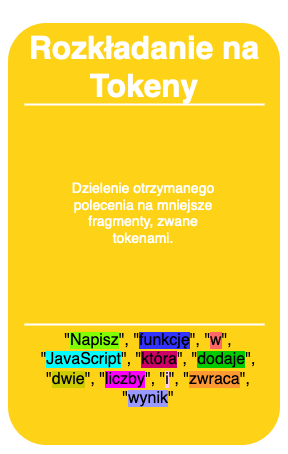
This is follow-ups/ai-assisted-coding/img/etap1.png from girlsjs/kurs, a draw.io export, as it was before one commit. Source tidied: cells renumbered, new cells last; positions are measured from the earlier drawing's top-left corner, leaving out a move shared by most shapes. Source of this version:
```xml
<mxGraphModel>
  <root>
    <mxCell id="0" />
    <mxCell id="1" parent="0" />
    <mxCell id="2" style="whiteSpace=wrap;html=1;rounded=1;shadow=0;strokeWidth=8;fontSize=20;align=center;fillColor=#FED217;strokeColor=#FFFFFF;" parent="1" vertex="1">
      <mxGeometry width="280" height="430" as="geometry" />
    </mxCell>
    <mxCell id="3" value="&lt;h3&gt;&lt;strong&gt;Rozkładanie na Tokeny&lt;/strong&gt;&lt;/h3&gt;" style="text;html=1;strokeColor=none;fillColor=none;align=center;verticalAlign=middle;whiteSpace=wrap;rounded=0;shadow=0;fontSize=27;fontColor=#FFFFFF;fontStyle=1;" parent="1" vertex="1">
      <mxGeometry y="20" width="280" height="60" as="geometry" />
    </mxCell>
    <mxCell id="4" style="line;strokeWidth=2;html=1;rounded=0;shadow=0;fontSize=27;align=center;fillColor=none;strokeColor=#FFFFFF;" parent="1" vertex="1">
      <mxGeometry x="20" y="80" width="240" height="10" as="geometry" />
    </mxCell>
    <mxCell id="5" style="line;strokeWidth=2;html=1;rounded=0;shadow=0;fontSize=27;align=center;fillColor=none;strokeColor=#FFFFFF;" parent="1" vertex="1">
      <mxGeometry x="20" y="300" width="240" height="10" as="geometry" />
    </mxCell>
    <mxCell id="6" value="&lt;font style=&quot;font-size: 16px;&quot;&gt;&quot;&lt;span style=&quot;background-color: rgb(128, 255, 0);&quot;&gt;Napisz&lt;/span&gt;&quot;, &quot;&lt;span style=&quot;background-color: rgb(51, 51, 255);&quot;&gt;funkcję&lt;/span&gt;&quot;, &quot;&lt;span style=&quot;background-color: rgb(255, 102, 102);&quot;&gt;w&lt;/span&gt;&quot;, &quot;&lt;span style=&quot;background-color: rgb(0, 255, 255);&quot;&gt;JavaScript&lt;/span&gt;&quot;, &quot;&lt;span style=&quot;background-color: rgb(204, 0, 102);&quot;&gt;która&lt;/span&gt;&quot;, &quot;&lt;span style=&quot;background-color: rgb(0, 204, 0);&quot;&gt;dodaje&lt;/span&gt;&quot;, &quot;&lt;span style=&quot;background-color: rgb(204, 204, 0);&quot;&gt;dwie&lt;/span&gt;&quot;, &quot;&lt;span style=&quot;background-color: rgb(255, 0, 255);&quot;&gt;liczby&lt;/span&gt;&quot;, &quot;&lt;span style=&quot;background-color: rgb(255, 204, 230);&quot;&gt;i&lt;/span&gt;&quot;, &quot;&lt;span style=&quot;background-color: rgb(255, 153, 51);&quot;&gt;zwraca&lt;/span&gt;&quot;, &quot;&lt;span style=&quot;background-color: rgb(153, 153, 255);&quot;&gt;wynik&lt;/span&gt;&quot;&lt;/font&gt;" style="text;strokeColor=none;align=center;fillColor=none;html=1;verticalAlign=middle;whiteSpace=wrap;rounded=0;" parent="1" vertex="1">
      <mxGeometry x="14" y="305" width="260" height="90" as="geometry" />
    </mxCell>
    <mxCell id="7" value="&lt;font style=&quot;font-size: 14px;&quot; color=&quot;#ffffff&quot;&gt;Dzielenie otrzymanego polecenia na mniejsze fragmenty, zwane tokenami.&lt;/font&gt;" style="text;strokeColor=none;align=center;fillColor=none;html=1;verticalAlign=middle;whiteSpace=wrap;rounded=0;" parent="1" vertex="1">
      <mxGeometry x="64" y="95" width="150" height="200" as="geometry" />
    </mxCell>
  </root>
</mxGraphModel>
```
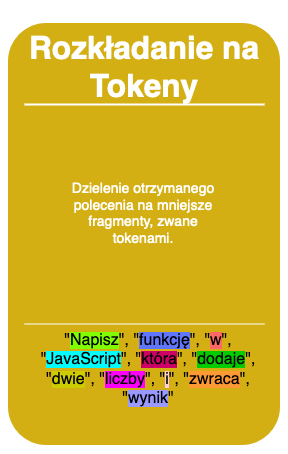
Above is the later version.

What changed in the source:
```diff
@@ -2,22 +2,22 @@
   <root>
     <mxCell id="0" />
     <mxCell id="1" parent="0" />
-    <mxCell id="2" style="whiteSpace=wrap;html=1;rounded=1;shadow=0;strokeWidth=8;fontSize=20;align=center;fillColor=#FED217;strokeColor=#FFFFFF;" parent="1" vertex="1">
+    <mxCell id="2" style="whiteSpace=wrap;html=1;rounded=1;shadow=0;strokeWidth=8;fontSize=20;align=center;fillColor=#D4Af14;strokeColor=#FFFFFF;" parent="1" vertex="1">
       <mxGeometry width="280" height="430" as="geometry" />
     </mxCell>
     <mxCell id="3" value="&lt;h3&gt;&lt;strong&gt;Rozkładanie na Tokeny&lt;/strong&gt;&lt;/h3&gt;" style="text;html=1;strokeColor=none;fillColor=none;align=center;verticalAlign=middle;whiteSpace=wrap;rounded=0;shadow=0;fontSize=27;fontColor=#FFFFFF;fontStyle=1;" parent="1" vertex="1">
       <mxGeometry y="20" width="280" height="60" as="geometry" />
     </mxCell>
-    <mxCell id="4" style="line;strokeWidth=2;html=1;rounded=0;shadow=0;fontSize=27;align=center;fillColor=none;strokeColor=#FFFFFF;" parent="1" vertex="1">
+    <mxCell id="4" style="line;strokeWidth=2;html=1;rounded=0;shadow=0;fontSize=27;align=center;fillColor=#FFCC00;strokeColor=#FFFFFF;" parent="1" vertex="1">
       <mxGeometry x="20" y="80" width="240" height="10" as="geometry" />
     </mxCell>
-    <mxCell id="5" style="line;strokeWidth=2;html=1;rounded=0;shadow=0;fontSize=27;align=center;fillColor=none;strokeColor=#FFFFFF;" parent="1" vertex="1">
+    <mxCell id="5" style="line;strokeWidth=2;html=1;rounded=0;shadow=0;fontSize=27;align=center;fillColor=#FFCC00;strokeColor=#FFFFFF;" parent="1" vertex="1">
       <mxGeometry x="20" y="300" width="240" height="10" as="geometry" />
     </mxCell>
-    <mxCell id="6" value="&lt;font style=&quot;font-size: 16px;&quot;&gt;&quot;&lt;span style=&quot;background-color: rgb(128, 255, 0);&quot;&gt;Napisz&lt;/span&gt;&quot;, &quot;&lt;span style=&quot;background-color: rgb(51, 51, 255);&quot;&gt;funkcję&lt;/span&gt;&quot;, &quot;&lt;span style=&quot;background-color: rgb(255, 102, 102);&quot;&gt;w&lt;/span&gt;&quot;, &quot;&lt;span style=&quot;background-color: rgb(0, 255, 255);&quot;&gt;JavaScript&lt;/span&gt;&quot;, &quot;&lt;span style=&quot;background-color: rgb(204, 0, 102);&quot;&gt;która&lt;/span&gt;&quot;, &quot;&lt;span style=&quot;background-color: rgb(0, 204, 0);&quot;&gt;dodaje&lt;/span&gt;&quot;, &quot;&lt;span style=&quot;background-color: rgb(204, 204, 0);&quot;&gt;dwie&lt;/span&gt;&quot;, &quot;&lt;span style=&quot;background-color: rgb(255, 0, 255);&quot;&gt;liczby&lt;/span&gt;&quot;, &quot;&lt;span style=&quot;background-color: rgb(255, 204, 230);&quot;&gt;i&lt;/span&gt;&quot;, &quot;&lt;span style=&quot;background-color: rgb(255, 153, 51);&quot;&gt;zwraca&lt;/span&gt;&quot;, &quot;&lt;span style=&quot;background-color: rgb(153, 153, 255);&quot;&gt;wynik&lt;/span&gt;&quot;&lt;/font&gt;" style="text;strokeColor=none;align=center;fillColor=none;html=1;verticalAlign=middle;whiteSpace=wrap;rounded=0;" parent="1" vertex="1">
+    <mxCell id="6" value="&lt;font style=&quot;font-size: 16px;&quot;&gt;&quot;&lt;span style=&quot;background-color: rgb(128, 255, 0);&quot;&gt;Napisz&lt;/span&gt;&quot;, &quot;&lt;span style=&quot;background-color: rgb(97, 118, 255);&quot;&gt;funkcję&lt;/span&gt;&quot;, &quot;&lt;span style=&quot;background-color: rgb(255, 102, 102);&quot;&gt;w&lt;/span&gt;&quot;, &quot;&lt;span style=&quot;background-color: rgb(0, 255, 255);&quot;&gt;JavaScript&lt;/span&gt;&quot;, &quot;&lt;span style=&quot;background-color: rgb(204, 0, 102);&quot;&gt;która&lt;/span&gt;&quot;, &quot;&lt;span style=&quot;background-color: rgb(0, 204, 0);&quot;&gt;dodaje&lt;/span&gt;&quot;, &quot;&lt;span style=&quot;background-color: rgb(204, 204, 0);&quot;&gt;dwie&lt;/span&gt;&quot;, &quot;&lt;span style=&quot;background-color: rgb(255, 0, 255);&quot;&gt;liczby&lt;/span&gt;&quot;, &quot;&lt;span style=&quot;background-color: rgb(255, 204, 230);&quot;&gt;i&lt;/span&gt;&quot;, &quot;&lt;span style=&quot;background-color: rgb(255, 153, 51);&quot;&gt;zwraca&lt;/span&gt;&quot;, &quot;&lt;span style=&quot;background-color: rgb(153, 153, 255);&quot;&gt;wynik&lt;/span&gt;&quot;&lt;/font&gt;" style="text;strokeColor=none;align=center;fillColor=#D4AF14;html=1;verticalAlign=middle;whiteSpace=wrap;rounded=0;" parent="1" vertex="1">
       <mxGeometry x="14" y="305" width="260" height="90" as="geometry" />
     </mxCell>
-    <mxCell id="7" value="&lt;font style=&quot;font-size: 14px;&quot; color=&quot;#ffffff&quot;&gt;Dzielenie otrzymanego polecenia na mniejsze fragmenty, zwane tokenami.&lt;/font&gt;" style="text;strokeColor=none;align=center;fillColor=none;html=1;verticalAlign=middle;whiteSpace=wrap;rounded=0;" parent="1" vertex="1">
+    <mxCell id="7" value="&lt;font style=&quot;font-size: 14px;&quot; color=&quot;#ffffff&quot;&gt;Dzielenie otrzymanego polecenia na mniejsze fragmenty, zwane tokenami.&lt;/font&gt;" style="text;strokeColor=none;align=center;fillColor=#D4AF14;html=1;verticalAlign=middle;whiteSpace=wrap;rounded=0;" parent="1" vertex="1">
       <mxGeometry x="64" y="95" width="150" height="200" as="geometry" />
     </mxCell>
   </root>
```
